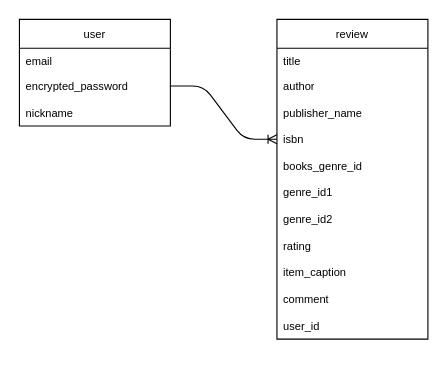
42117-tech-takafumi/book-diary keeps this draw.io diagram as ER図.dio. Above is the earlier version. Source tidied: cells renumbered, new cells numbered last; positions are measured from the earlier drawing's top-left corner, leaving out a move shared by most shapes. Both pictures are drawn from the tidied source at 111%, with x=0, y=0 at pixel (19, 19).
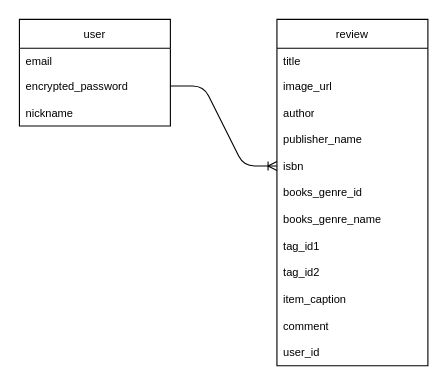
The same page after the edit.

Diff of the diagram source:
```diff
@@
 <mxGraphModel>
   <root>
     <mxCell id="0" />
     <mxCell id="1" parent="0" />
     <mxCell id="2" value="review" style="swimlane;fontStyle=0;horizontal=1;startSize=26;align=center;fontSize=10;" parent="1" vertex="1">
-      <mxGeometry x="232" width="136" height="288" as="geometry" />
+      <mxGeometry x="232" width="136" height="312" as="geometry" />
     </mxCell>
     <mxCell id="3" value="title" style="text;strokeColor=none;fillColor=none;spacingLeft=4;spacingRight=4;overflow=hidden;fontSize=10;whiteSpace=wrap;html=1;" parent="2" vertex="1">
       <mxGeometry y="26" width="136" height="22" as="geometry" />
     </mxCell>
-    <mxCell id="4" value="author" style="text;strokeColor=none;fillColor=none;spacingLeft=4;spacingRight=4;overflow=hidden;fontSize=10;whiteSpace=wrap;html=1;" parent="2" vertex="1">
+    <mxCell id="4" value="image_url" style="text;strokeColor=none;fillColor=none;spacingLeft=4;spacingRight=4;overflow=hidden;fontSize=10;whiteSpace=wrap;html=1;" parent="2" vertex="1">
       <mxGeometry y="48" width="136" height="24" as="geometry" />
     </mxCell>
+    <mxCell id="19" value="author" style="text;strokeColor=none;fillColor=none;spacingLeft=4;spacingRight=4;overflow=hidden;fontSize=10;whiteSpace=wrap;html=1;" parent="2" vertex="1">
+      <mxGeometry y="72" width="136" height="24" as="geometry" />
+    </mxCell>
     <mxCell id="5" value="publisher_name" style="text;strokeColor=none;fillColor=none;spacingLeft=4;spacingRight=4;overflow=hidden;fontSize=10;whiteSpace=wrap;html=1;" parent="2" vertex="1">
-      <mxGeometry y="72" width="136" height="24" as="geometry" />
+      <mxGeometry y="96" width="136" height="24" as="geometry" />
     </mxCell>
     <mxCell id="6" value="isbn" style="text;strokeColor=none;fillColor=none;spacingLeft=4;spacingRight=4;overflow=hidden;points=[[0,0.5],[1,0.5]];portConstraint=eastwest;fontSize=10;whiteSpace=wrap;html=1;" parent="2" vertex="1">
-      <mxGeometry y="96" width="136" height="24" as="geometry" />
+      <mxGeometry y="120" width="136" height="24" as="geometry" />
     </mxCell>
     <mxCell id="7" value="books_genre_id" style="text;strokeColor=none;fillColor=none;spacingLeft=4;spacingRight=4;overflow=hidden;fontSize=10;whiteSpace=wrap;html=1;" parent="2" vertex="1">
-      <mxGeometry y="120" width="136" height="24" as="geometry" />
+      <mxGeometry y="144" width="136" height="24" as="geometry" />
     </mxCell>
+    <mxCell id="20" value="books_genre_name" style="text;strokeColor=none;fillColor=none;spacingLeft=4;spacingRight=4;overflow=hidden;fontSize=10;whiteSpace=wrap;html=1;" parent="2" vertex="1">
+      <mxGeometry y="168" width="136" height="24" as="geometry" />
+    </mxCell>
-    <mxCell id="8" value="genre_id1" style="text;strokeColor=none;fillColor=none;spacingLeft=4;spacingRight=4;overflow=hidden;fontSize=10;whiteSpace=wrap;html=1;" parent="2" vertex="1">
-      <mxGeometry y="144" width="136" height="24" as="geometry" />
+    <mxCell id="8" value="tag_id1" style="text;strokeColor=none;fillColor=none;spacingLeft=4;spacingRight=4;overflow=hidden;fontSize=10;whiteSpace=wrap;html=1;" parent="2" vertex="1">
+      <mxGeometry y="192" width="136" height="24" as="geometry" />
     </mxCell>
-    <mxCell id="9" value="genre_id2" style="text;strokeColor=none;fillColor=none;spacingLeft=4;spacingRight=4;overflow=hidden;fontSize=10;whiteSpace=wrap;html=1;" parent="2" vertex="1">
-      <mxGeometry y="168" width="136" height="24" as="geometry" />
+    <mxCell id="9" value="tag_id2" style="text;strokeColor=none;fillColor=none;spacingLeft=4;spacingRight=4;overflow=hidden;fontSize=10;whiteSpace=wrap;html=1;" parent="2" vertex="1">
+      <mxGeometry y="216" width="136" height="24" as="geometry" />
     </mxCell>
-    <mxCell id="10" value="rating" style="text;strokeColor=none;fillColor=none;spacingLeft=4;spacingRight=4;overflow=hidden;fontSize=10;whiteSpace=wrap;html=1;" parent="2" vertex="1">
-      <mxGeometry y="192" width="136" height="24" as="geometry" />
-    </mxCell>
     <mxCell id="11" value="item_caption" style="text;strokeColor=none;fillColor=none;spacingLeft=4;spacingRight=4;overflow=hidden;fontSize=10;whiteSpace=wrap;html=1;" parent="2" vertex="1">
-      <mxGeometry y="216" width="136" height="24" as="geometry" />
+      <mxGeometry y="240" width="136" height="24" as="geometry" />
     </mxCell>
     <mxCell id="12" value="comment" style="text;strokeColor=none;fillColor=none;spacingLeft=4;spacingRight=4;overflow=hidden;fontSize=10;whiteSpace=wrap;html=1;" parent="2" vertex="1">
-      <mxGeometry y="240" width="136" height="24" as="geometry" />
+      <mxGeometry y="264" width="136" height="24" as="geometry" />
     </mxCell>
     <mxCell id="13" value="user_id" style="text;strokeColor=none;fillColor=none;spacingLeft=4;spacingRight=4;overflow=hidden;fontSize=10;whiteSpace=wrap;html=1;" parent="2" vertex="1">
-      <mxGeometry y="264" width="136" height="24" as="geometry" />
+      <mxGeometry y="288" width="136" height="24" as="geometry" />
     </mxCell>
     <mxCell id="14" value="user" style="swimlane;fontStyle=0;horizontal=1;startSize=26;align=center;fontSize=10;" parent="1" vertex="1">
       <mxGeometry width="136" height="96" as="geometry" />
     </mxCell>
     <mxCell id="15" value="email" style="text;strokeColor=none;fillColor=none;spacingLeft=4;spacingRight=4;overflow=hidden;fontSize=10;whiteSpace=wrap;html=1;" parent="14" vertex="1">
       <mxGeometry y="26" width="136" height="22" as="geometry" />
     </mxCell>
     <mxCell id="16" value="encrypted_password" style="text;strokeColor=none;fillColor=none;spacingLeft=4;spacingRight=4;overflow=hidden;points=[[0,0.5],[1,0.5]];portConstraint=eastwest;fontSize=10;whiteSpace=wrap;html=1;" parent="14" vertex="1">
       <mxGeometry y="48" width="136" height="24" as="geometry" />
     </mxCell>
     <mxCell id="17" value="nickname" style="text;strokeColor=none;fillColor=none;spacingLeft=4;spacingRight=4;overflow=hidden;fontSize=10;whiteSpace=wrap;html=1;" parent="14" vertex="1">
       <mxGeometry y="72" width="136" height="24" as="geometry" />
     </mxCell>
     <mxCell id="18" style="edgeStyle=entityRelationEdgeStyle;fontSize=12;html=1;endArrow=ERoneToMany;exitX=1;exitY=0.5;exitDx=0;exitDy=0;entryX=0;entryY=0.5;entryDx=0;entryDy=0;" parent="1" edge="1" source="16" target="6">
       <mxGeometry relative="1" as="geometry" />
     </mxCell>
   </root>
 </mxGraphModel>
```
